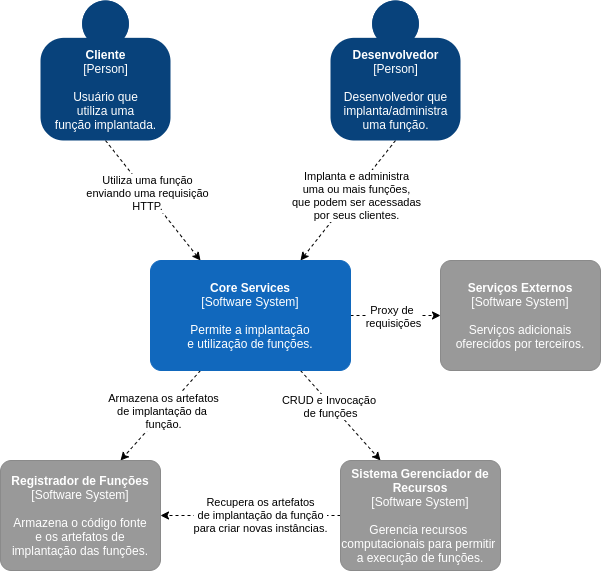
Before: content/posts/fission/Fission-Architecture.png, a diagram exported from draw.io (joaoarthurbm/arqsoft-blog). Source tidied: cells renumbered, new cells last; positions are measured from the earlier drawing's top-left corner, leaving out a move shared by most shapes.
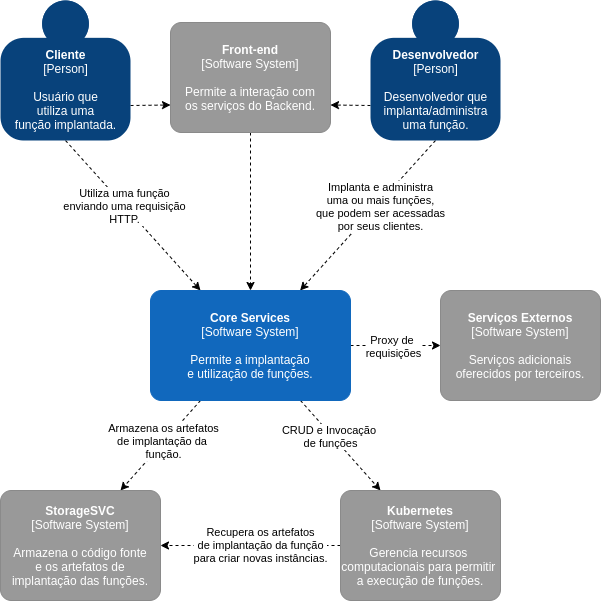
The same diagram one commit later.

Commit message:
Update Context diagram image along with its description

Diff of the diagram source:
```diff
@@ -2,18 +2,21 @@
   <root>
     <mxCell id="0" />
     <mxCell id="1" parent="0" />
-    <mxCell id="2" style="edgeStyle=none;rounded=0;jettySize=auto;html=1;exitX=0.5;exitY=1;exitDx=0;exitDy=0;exitPerimeter=0;entryX=0.25;entryY=0;entryDx=0;entryDy=0;entryPerimeter=0;dashed=1;" parent="1" edge="1" source="4" target="14">
+    <mxCell id="2" style="edgeStyle=none;rounded=0;jettySize=auto;html=1;exitX=0.5;exitY=1;exitDx=0;exitDy=0;exitPerimeter=0;dashed=1;entryX=0.25;entryY=0;entryDx=0;entryDy=0;entryPerimeter=0;" parent="1" edge="1" source="4" target="14">
       <mxGeometry relative="1" as="geometry" />
     </mxCell>
     <mxCell id="3" value="Utiliza uma função&lt;br&gt;enviando uma requisição&lt;br&gt;HTTP." style="edgeLabel;html=1;align=center;verticalAlign=middle;" parent="2" vertex="1">
       <mxGeometry x="-0.13" relative="1" as="geometry" />
     </mxCell>
+    <mxCell id="20" style="rounded=0;jettySize=auto;html=1;exitX=1;exitY=0.75;exitDx=0;exitDy=0;exitPerimeter=0;entryX=0;entryY=0.75;entryDx=0;entryDy=0;entryPerimeter=0;dashed=1;" parent="1" edge="1" source="4" target="23">
+      <mxGeometry relative="1" as="geometry" />
+    </mxCell>
     <object id="4" label="&lt;b&gt;%c4Name%&lt;/b&gt;&lt;div&gt;[%c4Type%]&lt;/div&gt;&lt;br&gt;&lt;div&gt;%c4Description%&lt;/div&gt;" c4Description="Usuário que&#10;utiliza uma&#10;função implantada." c4Name="Cliente" c4Type="Person" placeholders="1">
       <mxCell style="html=1;dashed=0;whitespace=wrap;fillColor=#08427b;strokeColor=none;fontColor=#ffffff;shape=mxgraph.c4.person;align=center;points=[[0.5,0,0],[1,0.5,0],[1,0.75,0],[0.75,1,0],[0.5,1,0],[0.25,1,0],[0,0.75,0],[0,0.5,0]];metaData={&quot;c4Type&quot;:{&quot;editable&quot;:false}};" parent="1" vertex="1">
-        <mxGeometry x="40" width="130" height="140" as="geometry" />
+        <mxGeometry y="-30" width="130" height="140" as="geometry" />
       </mxCell>
     </object>
-    <mxCell id="5" style="edgeStyle=none;rounded=0;jettySize=auto;html=1;exitX=0.5;exitY=1;exitDx=0;exitDy=0;exitPerimeter=0;entryX=0.75;entryY=0;entryDx=0;entryDy=0;entryPerimeter=0;dashed=1;" parent="1" edge="1" source="7" target="14">
+    <mxCell id="5" style="edgeStyle=none;rounded=0;jettySize=auto;html=1;exitX=0.5;exitY=1;exitDx=0;exitDy=0;exitPerimeter=0;dashed=1;" parent="1" edge="1" source="7" target="14">
       <mxGeometry relative="1" as="geometry" />
     </mxCell>
     <mxCell id="6" value="Implanta e administra&lt;br&gt;uma ou mais funções,&lt;br&gt;que podem ser acessadas&lt;br&gt;por seus clientes." style="edgeLabel;html=1;align=center;verticalAlign=middle;" parent="5" vertex="1">
@@ -21,9 +24,12 @@
         <mxPoint x="-2.7" y="7.2" as="offset" />
       </mxGeometry>
     </mxCell>
+    <mxCell id="21" style="rounded=0;jettySize=auto;html=1;exitX=0;exitY=0.75;exitDx=0;exitDy=0;exitPerimeter=0;entryX=1;entryY=0.75;entryDx=0;entryDy=0;entryPerimeter=0;dashed=1;" parent="1" edge="1" source="7" target="23">
+      <mxGeometry relative="1" as="geometry" />
+    </mxCell>
     <object id="7" label="&lt;b&gt;%c4Name%&lt;/b&gt;&lt;div&gt;[%c4Type%]&lt;/div&gt;&lt;br&gt;&lt;div&gt;%c4Description%&lt;/div&gt;" c4Description="Desenvolvedor que&#10;implanta/administra&#10;uma função." c4Name="Desenvolvedor" c4Type="Person" placeholders="1">
       <mxCell style="html=1;dashed=0;whitespace=wrap;fillColor=#08427b;strokeColor=none;fontColor=#ffffff;shape=mxgraph.c4.person;align=center;points=[[0.5,0,0],[1,0.5,0],[1,0.75,0],[0.75,1,0],[0.5,1,0],[0.25,1,0],[0,0.75,0],[0,0.5,0]];metaData={&quot;c4Type&quot;:{&quot;editable&quot;:false}};" parent="1" vertex="1">
-        <mxGeometry x="330" width="130" height="140" as="geometry" />
+        <mxGeometry x="370" y="-30" width="130" height="140" as="geometry" />
       </mxCell>
     </object>
     <mxCell id="8" style="rounded=0;jettySize=auto;html=1;exitX=0.75;exitY=1;exitDx=0;exitDy=0;exitPerimeter=0;entryX=0.25;entryY=0;entryDx=0;entryDy=0;entryPerimeter=0;dashed=1;" parent="1" edge="1" source="14" target="17">
@@ -59,7 +65,7 @@
     <mxCell id="16" value="Recupera os artefatos&lt;br&gt;de implantação da função&lt;br&gt;para criar novas instâncias." style="edgeLabel;html=1;align=center;verticalAlign=middle;" parent="15" vertex="1">
       <mxGeometry x="-0.1" y="-1" relative="1" as="geometry" />
     </mxCell>
-    <object id="17" label="&lt;b&gt;%c4Name%&lt;/b&gt;&lt;div&gt;[%c4Type%]&lt;/div&gt;&lt;br&gt;&lt;div&gt;%c4Description%&lt;/div&gt;" c4Description="Gerencia recursos &#10;computacionais para permitir &#10;a execução de funções." c4Name="Sistema Gerenciador de Recursos" c4Type="Software System" placeholders="1">
+    <object id="17" label="&lt;b&gt;%c4Name%&lt;/b&gt;&lt;div&gt;[%c4Type%]&lt;/div&gt;&lt;br&gt;&lt;div&gt;%c4Description%&lt;/div&gt;" c4Description="Gerencia recursos &#10;computacionais para permitir &#10;a execução de funções." c4Name="Kubernetes" c4Type="Software System" placeholders="1">
       <mxCell style="rounded=1;whiteSpace=wrap;html=1;labelBackgroundColor=none;fillColor=#999999;fontColor=#ffffff;align=center;arcSize=10;strokeColor=#8A8A8A;metaData={&quot;c4Type&quot;:{&quot;editable&quot;:false}};points=[[0.25,0,0],[0.5,0,0],[0.75,0,0],[1,0.25,0],[1,0.5,0],[1,0.75,0],[0.75,1,0],[0.5,1,0],[0.25,1,0],[0,0.75,0],[0,0.5,0],[0,0.25,0]];" parent="1" vertex="1">
         <mxGeometry x="340" y="460" width="160" height="110" as="geometry" />
       </mxCell>
@@ -69,10 +75,18 @@
         <mxGeometry x="440" y="260" width="160" height="110" as="geometry" />
       </mxCell>
     </object>
-    <object id="19" label="&lt;b&gt;%c4Name%&lt;/b&gt;&lt;div&gt;[%c4Type%]&lt;/div&gt;&lt;br&gt;&lt;div&gt;%c4Description%&lt;/div&gt;" c4Description="Armazena o código fonte&#10;e os artefatos de&#10;implantação das funções." c4Name="Registrador de Funções" c4Type="Software System" placeholders="1">
+    <object id="19" label="&lt;b&gt;%c4Name%&lt;/b&gt;&lt;div&gt;[%c4Type%]&lt;/div&gt;&lt;br&gt;&lt;div&gt;%c4Description%&lt;/div&gt;" c4Description="Armazena o código fonte&#10;e os artefatos de&#10;implantação das funções." c4Name="StorageSVC" c4Type="Software System" placeholders="1">
       <mxCell style="rounded=1;whiteSpace=wrap;html=1;labelBackgroundColor=none;fillColor=#999999;fontColor=#ffffff;align=center;arcSize=10;strokeColor=#8A8A8A;metaData={&quot;c4Type&quot;:{&quot;editable&quot;:false}};points=[[0.25,0,0],[0.5,0,0],[0.75,0,0],[1,0.25,0],[1,0.5,0],[1,0.75,0],[0.75,1,0],[0.5,1,0],[0.25,1,0],[0,0.75,0],[0,0.5,0],[0,0.25,0]];" parent="1" vertex="1">
         <mxGeometry y="460" width="160" height="110" as="geometry" />
       </mxCell>
     </object>
+    <mxCell id="22" style="edgeStyle=none;rounded=0;jettySize=auto;html=1;exitX=0.5;exitY=1;exitDx=0;exitDy=0;exitPerimeter=0;entryX=0.5;entryY=0;entryDx=0;entryDy=0;entryPerimeter=0;dashed=1;" parent="1" edge="1" source="23" target="14">
+      <mxGeometry relative="1" as="geometry" />
+    </mxCell>
+    <object id="23" label="&lt;b&gt;%c4Name%&lt;/b&gt;&lt;div&gt;[%c4Type%]&lt;/div&gt;&lt;br&gt;&lt;div&gt;%c4Description%&lt;/div&gt;" c4Description="Permite a interação com&#10;os serviços do Backend." c4Name="Front-end" c4Type="Software System" placeholders="1">
+      <mxCell style="rounded=1;whiteSpace=wrap;html=1;labelBackgroundColor=none;fillColor=#999999;fontColor=#ffffff;align=center;arcSize=10;strokeColor=#8A8A8A;metaData={&quot;c4Type&quot;:{&quot;editable&quot;:false}};points=[[0.25,0,0],[0.5,0,0],[0.75,0,0],[1,0.25,0],[1,0.5,0],[1,0.75,0],[0.75,1,0],[0.5,1,0],[0.25,1,0],[0,0.75,0],[0,0.5,0],[0,0.25,0]];" parent="1" vertex="1">
+        <mxGeometry x="170" y="-8" width="160" height="110" as="geometry" />
+      </mxCell>
+    </object>
   </root>
 </mxGraphModel>
```
